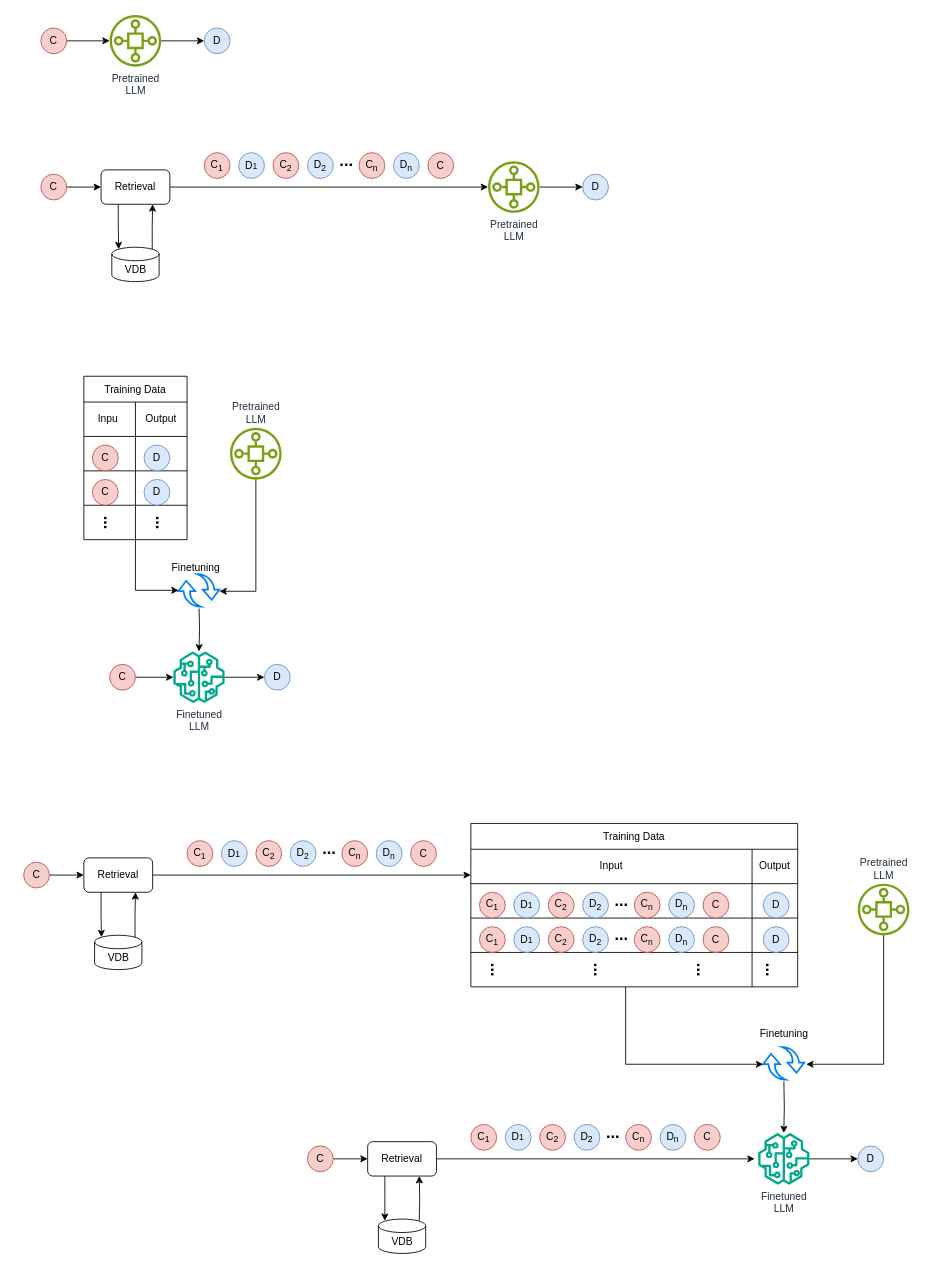
The draw.io diagram Approach/Diagram/layer1.drawio in sa4s-serc/LLM4ADR, before the edit. Source tidied: cells renumbered, new cells numbered last; positions are measured from the earlier drawing's top-left corner, leaving out a move shared by most shapes. Both pictures are drawn from the tidied source at 86%, with x=0, y=0 at pixel (23, 15).
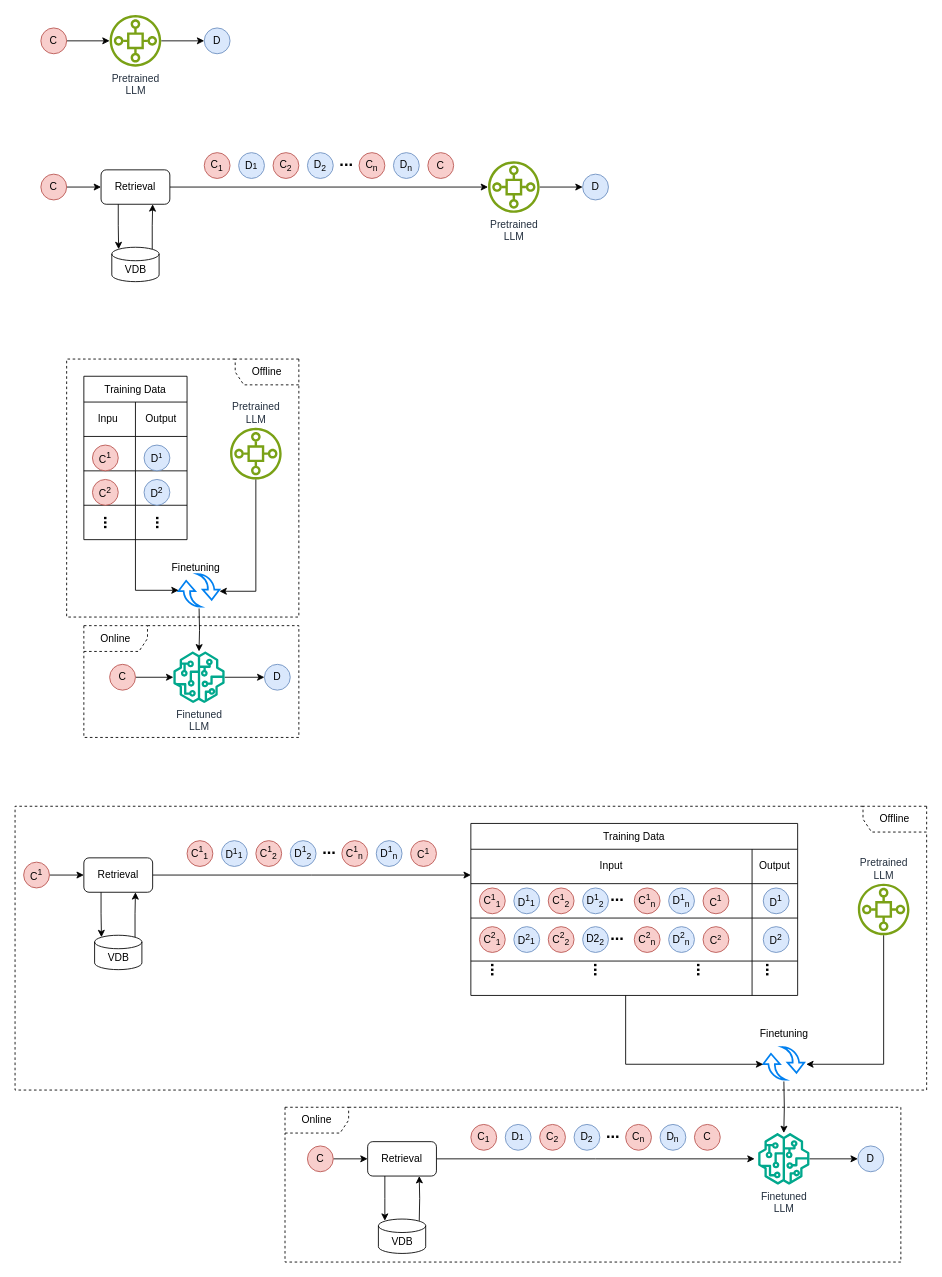
The same page after the edit.

Unchanged cells that the change refers to:
```xml
<mxCell id="87" style="group;" parent="1" vertex="1">
  <mxGeometry x="70" y="420" width="120" height="190" as="geometry" />
</mxCell>
```

What changed in the source:
```diff
@@
-    <mxCell id="43" value="C" style="ellipse;whiteSpace=wrap;html=1;fillColor=#f8cecc;strokeColor=#b85450;" parent="1" vertex="1">
+    <mxCell id="43" value="C&lt;sup&gt;1&lt;/sup&gt;" style="ellipse;whiteSpace=wrap;html=1;fillColor=#f8cecc;strokeColor=#b85450;" parent="1" vertex="1">
       <mxGeometry y="985" width="30" height="30" as="geometry" />
     </mxCell>
-    <mxCell id="44" value="C&lt;sub&gt;1&lt;/sub&gt;" style="ellipse;whiteSpace=wrap;html=1;fillColor=#f8cecc;strokeColor=#b85450;" parent="1" vertex="1">
+    <mxCell id="44" value="C&lt;sup&gt;1&lt;/sup&gt;&lt;sub&gt;1&lt;/sub&gt;" style="ellipse;whiteSpace=wrap;html=1;fillColor=#f8cecc;strokeColor=#b85450;" parent="1" vertex="1">
       <mxGeometry x="190" y="960" width="30" height="30" as="geometry" />
     </mxCell>
-    <mxCell id="45" value="D&lt;span style=&quot;font-size: 10px;&quot;&gt;1&lt;/span&gt;" style="ellipse;whiteSpace=wrap;html=1;fillColor=#dae8fc;strokeColor=#6c8ebf;" parent="1" vertex="1">
+    <mxCell id="45" value="D&lt;sup&gt;1&lt;/sup&gt;&lt;span style=&quot;font-size: 10px;&quot;&gt;1&lt;/span&gt;" style="ellipse;whiteSpace=wrap;html=1;fillColor=#dae8fc;strokeColor=#6c8ebf;" parent="1" vertex="1">
       <mxGeometry x="230" y="960" width="30" height="30" as="geometry" />
     </mxCell>
-    <mxCell id="46" value="C&lt;sub&gt;2&lt;/sub&gt;" style="ellipse;whiteSpace=wrap;html=1;fillColor=#f8cecc;strokeColor=#b85450;" parent="1" vertex="1">
+    <mxCell id="46" value="C&lt;sup&gt;1&lt;/sup&gt;&lt;sub&gt;2&lt;/sub&gt;" style="ellipse;whiteSpace=wrap;html=1;fillColor=#f8cecc;strokeColor=#b85450;" parent="1" vertex="1">
       <mxGeometry x="270" y="960" width="30" height="30" as="geometry" />
     </mxCell>
-    <mxCell id="47" value="D&lt;sub&gt;2&lt;/sub&gt;" style="ellipse;whiteSpace=wrap;html=1;fillColor=#dae8fc;strokeColor=#6c8ebf;" parent="1" vertex="1">
+    <mxCell id="47" value="D&lt;sup&gt;1&lt;/sup&gt;&lt;sub&gt;2&lt;/sub&gt;" style="ellipse;whiteSpace=wrap;html=1;fillColor=#dae8fc;strokeColor=#6c8ebf;" parent="1" vertex="1">
       <mxGeometry x="310" y="960" width="30" height="30" as="geometry" />
     </mxCell>
-    <mxCell id="48" value="C&lt;sub&gt;n&lt;/sub&gt;" style="ellipse;whiteSpace=wrap;html=1;fillColor=#f8cecc;strokeColor=#b85450;" parent="1" vertex="1">
+    <mxCell id="48" value="C&lt;sup&gt;1&lt;/sup&gt;&lt;sub&gt;n&lt;/sub&gt;" style="ellipse;whiteSpace=wrap;html=1;fillColor=#f8cecc;strokeColor=#b85450;" parent="1" vertex="1">
       <mxGeometry x="370" y="960" width="30" height="30" as="geometry" />
     </mxCell>
-    <mxCell id="49" value="D&lt;sub&gt;n&lt;/sub&gt;" style="ellipse;whiteSpace=wrap;html=1;fillColor=#dae8fc;strokeColor=#6c8ebf;" parent="1" vertex="1">
+    <mxCell id="49" value="D&lt;sup&gt;1&lt;/sup&gt;&lt;sub&gt;n&lt;/sub&gt;" style="ellipse;whiteSpace=wrap;html=1;fillColor=#dae8fc;strokeColor=#6c8ebf;" parent="1" vertex="1">
       <mxGeometry x="410" y="960" width="30" height="30" as="geometry" />
     </mxCell>
@@
-    <mxCell id="51" value="C" style="ellipse;whiteSpace=wrap;html=1;fillColor=#f8cecc;strokeColor=#b85450;" parent="1" vertex="1">
+    <mxCell id="51" value="C&lt;sup&gt;1&lt;/sup&gt;" style="ellipse;whiteSpace=wrap;html=1;fillColor=#f8cecc;strokeColor=#b85450;" parent="1" vertex="1">
       <mxGeometry x="450" y="960" width="30" height="30" as="geometry" />
     </mxCell>
     <mxCell id="52" value="Training Data" style="shape=table;startSize=30;childLayout=tableLayout;" parent="1" vertex="1">
-      <mxGeometry x="520" y="940" width="380" height="190" as="geometry" />
+      <mxGeometry x="520" y="940" width="380" height="200" as="geometry" />
     </mxCell>
@@
     <mxCell id="59" style="shape=tableRow;horizontal=0;startSize=0;swimlaneHead=0;swimlaneBody=0;strokeColor=inherit;top=0;left=0;bottom=0;right=0;fillColor=none;" parent="52" vertex="1">
-      <mxGeometry y="110" width="380" height="40" as="geometry" />
+      <mxGeometry y="110" width="380" height="50" as="geometry" />
     </mxCell>
     <mxCell id="60" style="shape=partialRectangle;html=1;whiteSpace=wrap;strokeColor=inherit;overflow=hidden;fillColor=none;top=0;left=0;bottom=0;right=0;" parent="59" vertex="1">
-      <mxGeometry width="327" height="40" as="geometry" />
+      <mxGeometry width="327" height="50" as="geometry" />
     </mxCell>
     <mxCell id="61" style="shape=partialRectangle;html=1;whiteSpace=wrap;strokeColor=inherit;overflow=hidden;fillColor=none;top=0;left=0;bottom=0;right=0;" parent="59" vertex="1">
-      <mxGeometry x="327" width="53" height="40" as="geometry" />
+      <mxGeometry x="327" width="53" height="50" as="geometry" />
     </mxCell>
     <mxCell id="62" style="shape=tableRow;horizontal=0;startSize=0;swimlaneHead=0;swimlaneBody=0;strokeColor=inherit;top=0;left=0;bottom=0;right=0;fillColor=none;" parent="52" vertex="1">
-      <mxGeometry y="150" width="380" height="40" as="geometry" />
+      <mxGeometry y="160" width="380" height="40" as="geometry" />
     </mxCell>
@@
-    <mxCell id="65" value="C&lt;sub&gt;1&lt;/sub&gt;" style="ellipse;whiteSpace=wrap;html=1;fillColor=#f8cecc;strokeColor=#b85450;" parent="1" vertex="1">
-      <mxGeometry x="530" y="1020" width="30" height="30" as="geometry" />
-    </mxCell>
-    <mxCell id="66" value="D&lt;span style=&quot;font-size: 10px;&quot;&gt;1&lt;/span&gt;" style="ellipse;whiteSpace=wrap;html=1;fillColor=#dae8fc;strokeColor=#6c8ebf;" parent="1" vertex="1">
-      <mxGeometry x="570" y="1020" width="30" height="30" as="geometry" />
-    </mxCell>
-    <mxCell id="67" value="C&lt;sub&gt;2&lt;/sub&gt;" style="ellipse;whiteSpace=wrap;html=1;fillColor=#f8cecc;strokeColor=#b85450;" parent="1" vertex="1">
-      <mxGeometry x="610" y="1020" width="30" height="30" as="geometry" />
-    </mxCell>
-    <mxCell id="68" value="D&lt;sub&gt;2&lt;/sub&gt;" style="ellipse;whiteSpace=wrap;html=1;fillColor=#dae8fc;strokeColor=#6c8ebf;" parent="1" vertex="1">
-      <mxGeometry x="650" y="1020" width="30" height="30" as="geometry" />
-    </mxCell>
-    <mxCell id="69" value="C&lt;sub&gt;n&lt;/sub&gt;" style="ellipse;whiteSpace=wrap;html=1;fillColor=#f8cecc;strokeColor=#b85450;" parent="1" vertex="1">
-      <mxGeometry x="710" y="1020" width="30" height="30" as="geometry" />
-    </mxCell>
-    <mxCell id="70" value="D&lt;sub&gt;n&lt;/sub&gt;" style="ellipse;whiteSpace=wrap;html=1;fillColor=#dae8fc;strokeColor=#6c8ebf;" parent="1" vertex="1">
-      <mxGeometry x="750" y="1020" width="30" height="30" as="geometry" />
-    </mxCell>
-    <mxCell id="71" value="&lt;b&gt;&lt;font style=&quot;font-size: 19px;&quot;&gt;...&lt;/font&gt;&lt;/b&gt;" style="text;html=1;align=center;verticalAlign=middle;strokeColor=none;fillColor=none;" parent="1" vertex="1">
-      <mxGeometry x="675" y="1010" width="40" height="40" as="geometry" />
-    </mxCell>
-    <mxCell id="72" value="C" style="ellipse;whiteSpace=wrap;html=1;fillColor=#f8cecc;strokeColor=#b85450;" parent="1" vertex="1">
-      <mxGeometry x="790" y="1020" width="30" height="30" as="geometry" />
-    </mxCell>
-    <mxCell id="73" value="C&lt;sub&gt;1&lt;/sub&gt;" style="ellipse;whiteSpace=wrap;html=1;fillColor=#f8cecc;strokeColor=#b85450;" parent="1" vertex="1">
-      <mxGeometry x="530" y="1060" width="30" height="30" as="geometry" />
-    </mxCell>
-    <mxCell id="74" value="D&lt;span style=&quot;font-size: 10px;&quot;&gt;1&lt;/span&gt;" style="ellipse;whiteSpace=wrap;html=1;fillColor=#dae8fc;strokeColor=#6c8ebf;" parent="1" vertex="1">
-      <mxGeometry x="570" y="1060" width="30" height="30" as="geometry" />
-    </mxCell>
-    <mxCell id="75" value="C&lt;sub&gt;2&lt;/sub&gt;" style="ellipse;whiteSpace=wrap;html=1;fillColor=#f8cecc;strokeColor=#b85450;" parent="1" vertex="1">
-      <mxGeometry x="610" y="1060" width="30" height="30" as="geometry" />
-    </mxCell>
-    <mxCell id="76" value="D&lt;sub&gt;2&lt;/sub&gt;" style="ellipse;whiteSpace=wrap;html=1;fillColor=#dae8fc;strokeColor=#6c8ebf;" parent="1" vertex="1">
-      <mxGeometry x="650" y="1060" width="30" height="30" as="geometry" />
-    </mxCell>
-    <mxCell id="77" value="C&lt;sub&gt;n&lt;/sub&gt;" style="ellipse;whiteSpace=wrap;html=1;fillColor=#f8cecc;strokeColor=#b85450;" parent="1" vertex="1">
-      <mxGeometry x="710" y="1060" width="30" height="30" as="geometry" />
-    </mxCell>
-    <mxCell id="78" value="D&lt;sub&gt;n&lt;/sub&gt;" style="ellipse;whiteSpace=wrap;html=1;fillColor=#dae8fc;strokeColor=#6c8ebf;" parent="1" vertex="1">
-      <mxGeometry x="750" y="1060" width="30" height="30" as="geometry" />
-    </mxCell>
-    <mxCell id="79" value="&lt;b&gt;&lt;font style=&quot;font-size: 19px;&quot;&gt;...&lt;/font&gt;&lt;/b&gt;" style="text;html=1;align=center;verticalAlign=middle;strokeColor=none;fillColor=none;" parent="1" vertex="1">
-      <mxGeometry x="675" y="1050" width="40" height="40" as="geometry" />
-    </mxCell>
-    <mxCell id="80" value="C" style="ellipse;whiteSpace=wrap;html=1;fillColor=#f8cecc;strokeColor=#b85450;" parent="1" vertex="1">
-      <mxGeometry x="790" y="1060" width="30" height="30" as="geometry" />
-    </mxCell>
@@
-    <mxCell id="85" value="D" style="ellipse;whiteSpace=wrap;html=1;fillColor=#dae8fc;strokeColor=#6c8ebf;" parent="1" vertex="1">
+    <mxCell id="85" value="D&lt;sup&gt;2&lt;/sup&gt;" style="ellipse;whiteSpace=wrap;html=1;fillColor=#dae8fc;strokeColor=#6c8ebf;" parent="1" vertex="1">
       <mxGeometry x="860" y="1060" width="30" height="30" as="geometry" />
     </mxCell>
-    <mxCell id="86" value="D" style="ellipse;whiteSpace=wrap;html=1;fillColor=#dae8fc;strokeColor=#6c8ebf;" parent="1" vertex="1">
-      <mxGeometry x="860" y="1020" width="30" height="30" as="geometry" />
+    <mxCell id="86" value="D&lt;sup&gt;1&lt;/sup&gt;" style="ellipse;whiteSpace=wrap;html=1;fillColor=#dae8fc;strokeColor=#6c8ebf;" parent="1" vertex="1">
+      <mxGeometry x="860" y="1015" width="30" height="30" as="geometry" />
     </mxCell>
@@
-    <mxCell id="102" value="C" style="ellipse;whiteSpace=wrap;html=1;fillColor=#f8cecc;strokeColor=#b85450;" parent="87" vertex="1">
+    <mxCell id="102" value="C&lt;sup&gt;2&lt;/sup&gt;" style="ellipse;whiteSpace=wrap;html=1;fillColor=#f8cecc;strokeColor=#b85450;" parent="87" vertex="1">
       <mxGeometry x="10" y="120" width="30" height="30" as="geometry" />
     </mxCell>
-    <mxCell id="103" value="C" style="ellipse;whiteSpace=wrap;html=1;fillColor=#f8cecc;strokeColor=#b85450;" parent="87" vertex="1">
+    <mxCell id="103" value="C&lt;sup&gt;1&lt;/sup&gt;" style="ellipse;whiteSpace=wrap;html=1;fillColor=#f8cecc;strokeColor=#b85450;" parent="87" vertex="1">
       <mxGeometry x="10" y="80" width="30" height="30" as="geometry" />
     </mxCell>
-    <mxCell id="104" value="D" style="ellipse;whiteSpace=wrap;html=1;fillColor=#dae8fc;strokeColor=#6c8ebf;" parent="87" vertex="1">
+    <mxCell id="104" value="D&lt;sup&gt;2&lt;/sup&gt;" style="ellipse;whiteSpace=wrap;html=1;fillColor=#dae8fc;strokeColor=#6c8ebf;" parent="87" vertex="1">
       <mxGeometry x="70" y="120" width="30" height="30" as="geometry" />
     </mxCell>
-    <mxCell id="105" value="D" style="ellipse;whiteSpace=wrap;html=1;fillColor=#dae8fc;strokeColor=#6c8ebf;" parent="87" vertex="1">
+    <mxCell id="105" value="D&lt;span style=&quot;font-size: 10px;&quot;&gt;&lt;sup&gt;1&lt;/sup&gt;&lt;/span&gt;" style="ellipse;whiteSpace=wrap;html=1;fillColor=#dae8fc;strokeColor=#6c8ebf;" parent="87" vertex="1">
       <mxGeometry x="70" y="80" width="30" height="30" as="geometry" />
     </mxCell>
@@
     <mxCell id="111" style="edgeStyle=orthogonalEdgeStyle;rounded=0;orthogonalLoop=1;jettySize=auto;html=1;" parent="1" edge="1">
       <mxGeometry relative="1" as="geometry">
-        <mxPoint x="700" y="1130" as="sourcePoint" />
+        <mxPoint x="700" y="1140" as="sourcePoint" />
         <mxPoint x="860" y="1220" as="targetPoint" />
         <Array as="points">
           <mxPoint x="700" y="1220" />
         </Array>
       </mxGeometry>
     </mxCell>
@@
+    <mxCell id="134" value="C&lt;sup&gt;1&lt;/sup&gt;&lt;sub&gt;1&lt;/sub&gt;" style="ellipse;whiteSpace=wrap;html=1;fillColor=#f8cecc;strokeColor=#b85450;" parent="1" vertex="1">
+      <mxGeometry x="530" y="1015" width="30" height="30" as="geometry" />
+    </mxCell>
+    <mxCell id="135" value="D&lt;sup&gt;1&lt;/sup&gt;&lt;span style=&quot;font-size: 10px;&quot;&gt;1&lt;/span&gt;" style="ellipse;whiteSpace=wrap;html=1;fillColor=#dae8fc;strokeColor=#6c8ebf;" parent="1" vertex="1">
+      <mxGeometry x="570" y="1015" width="30" height="30" as="geometry" />
+    </mxCell>
+    <mxCell id="136" value="C&lt;sup&gt;1&lt;/sup&gt;&lt;sub&gt;2&lt;/sub&gt;" style="ellipse;whiteSpace=wrap;html=1;fillColor=#f8cecc;strokeColor=#b85450;" parent="1" vertex="1">
+      <mxGeometry x="610" y="1015" width="30" height="30" as="geometry" />
+    </mxCell>
+    <mxCell id="137" value="D&lt;sup&gt;1&lt;/sup&gt;&lt;sub&gt;2&lt;/sub&gt;" style="ellipse;whiteSpace=wrap;html=1;fillColor=#dae8fc;strokeColor=#6c8ebf;" parent="1" vertex="1">
+      <mxGeometry x="650" y="1015" width="30" height="30" as="geometry" />
+    </mxCell>
+    <mxCell id="138" value="C&lt;sup&gt;1&lt;/sup&gt;&lt;sub&gt;n&lt;/sub&gt;" style="ellipse;whiteSpace=wrap;html=1;fillColor=#f8cecc;strokeColor=#b85450;" parent="1" vertex="1">
+      <mxGeometry x="710" y="1015" width="30" height="30" as="geometry" />
+    </mxCell>
+    <mxCell id="139" value="D&lt;sup&gt;1&lt;/sup&gt;&lt;sub&gt;n&lt;/sub&gt;" style="ellipse;whiteSpace=wrap;html=1;fillColor=#dae8fc;strokeColor=#6c8ebf;" parent="1" vertex="1">
+      <mxGeometry x="750" y="1015" width="30" height="30" as="geometry" />
+    </mxCell>
+    <mxCell id="140" value="C&lt;sup&gt;1&lt;/sup&gt;" style="ellipse;whiteSpace=wrap;html=1;fillColor=#f8cecc;strokeColor=#b85450;" parent="1" vertex="1">
+      <mxGeometry x="790" y="1015" width="30" height="30" as="geometry" />
+    </mxCell>
+    <mxCell id="141" value="C&lt;sup&gt;2&lt;/sup&gt;&lt;sub&gt;1&lt;/sub&gt;" style="ellipse;whiteSpace=wrap;html=1;fillColor=#f8cecc;strokeColor=#b85450;" parent="1" vertex="1">
+      <mxGeometry x="530" y="1060" width="30" height="30" as="geometry" />
+    </mxCell>
+    <mxCell id="142" value="D&lt;sup&gt;2&lt;/sup&gt;&lt;span style=&quot;font-size: 10px;&quot;&gt;1&lt;/span&gt;" style="ellipse;whiteSpace=wrap;html=1;fillColor=#dae8fc;strokeColor=#6c8ebf;" parent="1" vertex="1">
+      <mxGeometry x="570" y="1060" width="30" height="30" as="geometry" />
+    </mxCell>
+    <mxCell id="143" value="C&lt;sup&gt;2&lt;/sup&gt;&lt;sub&gt;2&lt;/sub&gt;" style="ellipse;whiteSpace=wrap;html=1;fillColor=#f8cecc;strokeColor=#b85450;" parent="1" vertex="1">
+      <mxGeometry x="610" y="1060" width="30" height="30" as="geometry" />
+    </mxCell>
+    <mxCell id="144" value="D2&lt;sub&gt;2&lt;/sub&gt;" style="ellipse;whiteSpace=wrap;html=1;fillColor=#dae8fc;strokeColor=#6c8ebf;" parent="1" vertex="1">
+      <mxGeometry x="650" y="1060" width="30" height="30" as="geometry" />
+    </mxCell>
+    <mxCell id="145" value="C&lt;sup&gt;2&lt;/sup&gt;&lt;sub&gt;n&lt;/sub&gt;" style="ellipse;whiteSpace=wrap;html=1;fillColor=#f8cecc;strokeColor=#b85450;" parent="1" vertex="1">
+      <mxGeometry x="710" y="1060" width="30" height="30" as="geometry" />
+    </mxCell>
+    <mxCell id="146" value="D&lt;sup&gt;2&lt;/sup&gt;&lt;sub&gt;n&lt;/sub&gt;" style="ellipse;whiteSpace=wrap;html=1;fillColor=#dae8fc;strokeColor=#6c8ebf;" parent="1" vertex="1">
+      <mxGeometry x="750" y="1060" width="30" height="30" as="geometry" />
+    </mxCell>
+    <mxCell id="147" value="C&lt;span style=&quot;font-size: 10px;&quot;&gt;&lt;sup&gt;2&lt;/sup&gt;&lt;/span&gt;" style="ellipse;whiteSpace=wrap;html=1;fillColor=#f8cecc;strokeColor=#b85450;" parent="1" vertex="1">
+      <mxGeometry x="790" y="1060" width="30" height="30" as="geometry" />
+    </mxCell>
+    <mxCell id="148" value="&lt;b&gt;&lt;font style=&quot;font-size: 19px;&quot;&gt;...&lt;/font&gt;&lt;/b&gt;" style="text;html=1;align=center;verticalAlign=middle;strokeColor=none;fillColor=none;" parent="1" vertex="1">
+      <mxGeometry x="670" y="1050" width="40" height="40" as="geometry" />
+    </mxCell>
+    <mxCell id="149" value="&lt;b&gt;&lt;font style=&quot;font-size: 19px;&quot;&gt;...&lt;/font&gt;&lt;/b&gt;" style="text;html=1;align=center;verticalAlign=middle;strokeColor=none;fillColor=none;" parent="1" vertex="1">
+      <mxGeometry x="670" y="1005" width="40" height="40" as="geometry" />
+    </mxCell>
+    <mxCell id="150" value="&lt;div&gt;Offline&lt;/div&gt;" style="shape=umlFrame;whiteSpace=wrap;html=1;width=74;dashed=1;fillColor=none;height=30;flipH=1;" parent="1" vertex="1">
+      <mxGeometry x="50" y="400" width="270" height="300" as="geometry" />
+    </mxCell>
+    <mxCell id="151" value="&lt;div&gt;Offline&lt;/div&gt;" style="shape=umlFrame;whiteSpace=wrap;html=1;width=74;dashed=1;fillColor=none;height=30;flipH=1;" parent="1" vertex="1">
+      <mxGeometry x="-10" y="920" width="1060" height="330" as="geometry" />
+    </mxCell>
+    <mxCell id="152" value="&lt;div&gt;Online&lt;/div&gt;" style="shape=umlFrame;whiteSpace=wrap;html=1;width=74;dashed=1;fillColor=none;height=30;" parent="1" vertex="1">
+      <mxGeometry x="70" y="710" width="250" height="130" as="geometry" />
+    </mxCell>
+    <mxCell id="153" value="&lt;div&gt;Online&lt;/div&gt;" style="shape=umlFrame;whiteSpace=wrap;html=1;width=74;dashed=1;fillColor=none;height=30;" parent="1" vertex="1">
+      <mxGeometry x="303.9" y="1270" width="716.1" height="180" as="geometry" />
+    </mxCell>
```
